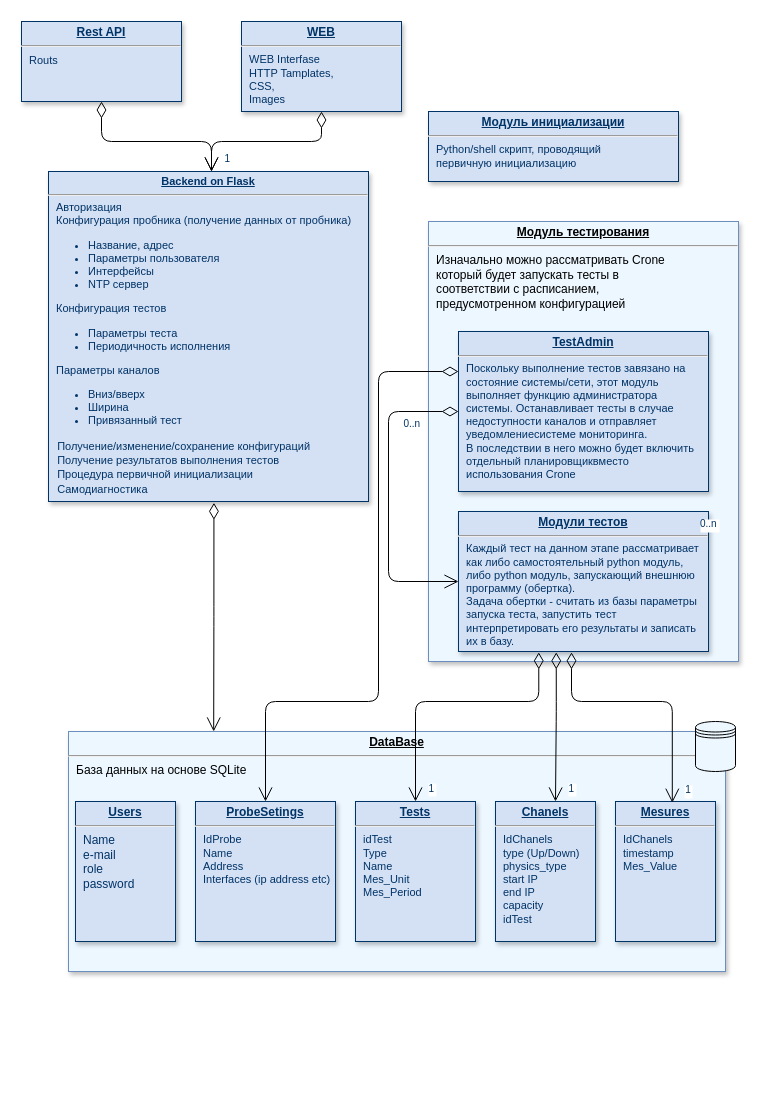
Above: page "Structure" (2 of 3) of Probe_structure.drawio in AndrewGlushchenko/Rest-APU-Py (draw.io), before the change. Source tidied: cells renumbered, new cells numbered last; positions are measured from the earlier drawing's top-left corner, leaving out a move shared by most shapes. Both pictures are drawn from the tidied source at 100%, with x=0, y=0 at pixel (21, 21).
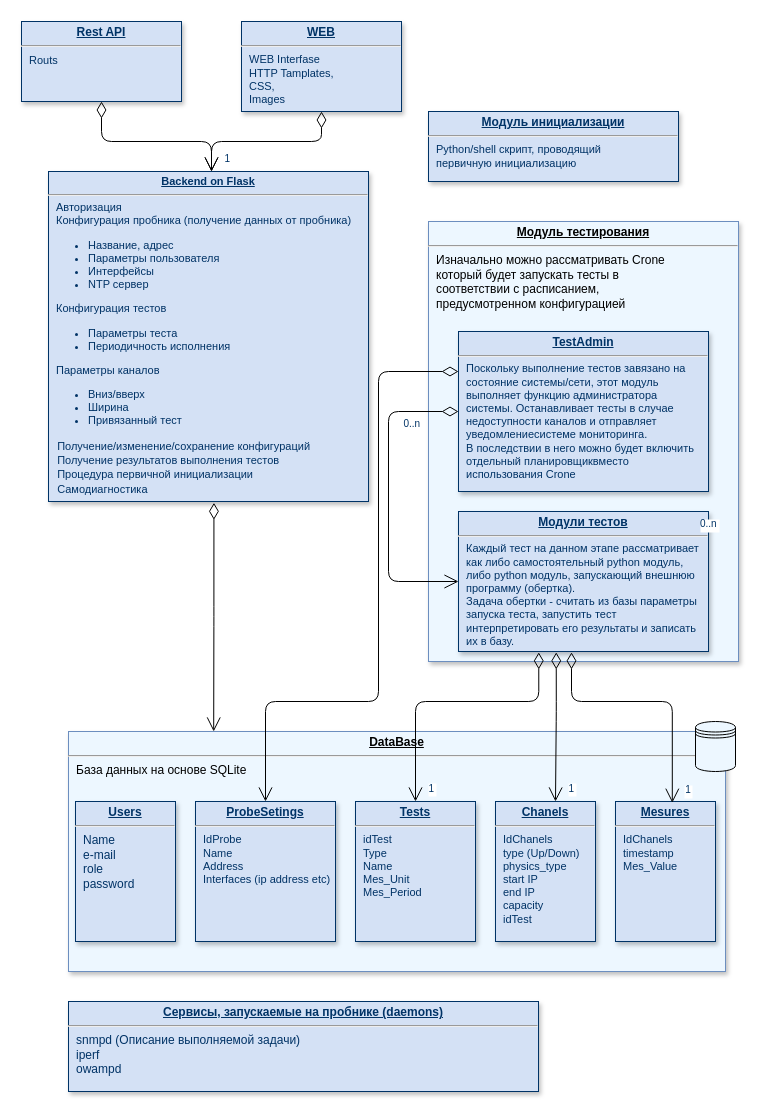
Above is the later version.

What changed in the source:
```diff
@@
+    <mxCell id="33" value="&lt;p style=&quot;margin: 0px ; margin-top: 4px ; text-align: center ; text-decoration: underline&quot;&gt;&lt;b&gt;Сервисы, запускаемые на пробнике (daemons)&lt;/b&gt;&lt;/p&gt;&lt;hr&gt;&lt;p style=&quot;margin: 0px ; margin-left: 8px&quot;&gt;snmpd (Описание выполняемой задачи)&lt;/p&gt;&lt;p style=&quot;margin: 0px ; margin-left: 8px&quot;&gt;iperf&amp;nbsp;&lt;/p&gt;&lt;p style=&quot;margin: 0px ; margin-left: 8px&quot;&gt;owampd&lt;/p&gt;" style="verticalAlign=top;align=left;overflow=fill;fontSize=12;fontFamily=Helvetica;html=1;strokeColor=#003366;shadow=1;fillColor=#D4E1F5;fontColor=#003366;" parent="1" vertex="1">
+      <mxGeometry x="47" y="980" width="470" height="90" as="geometry" />
+    </mxCell>
```
